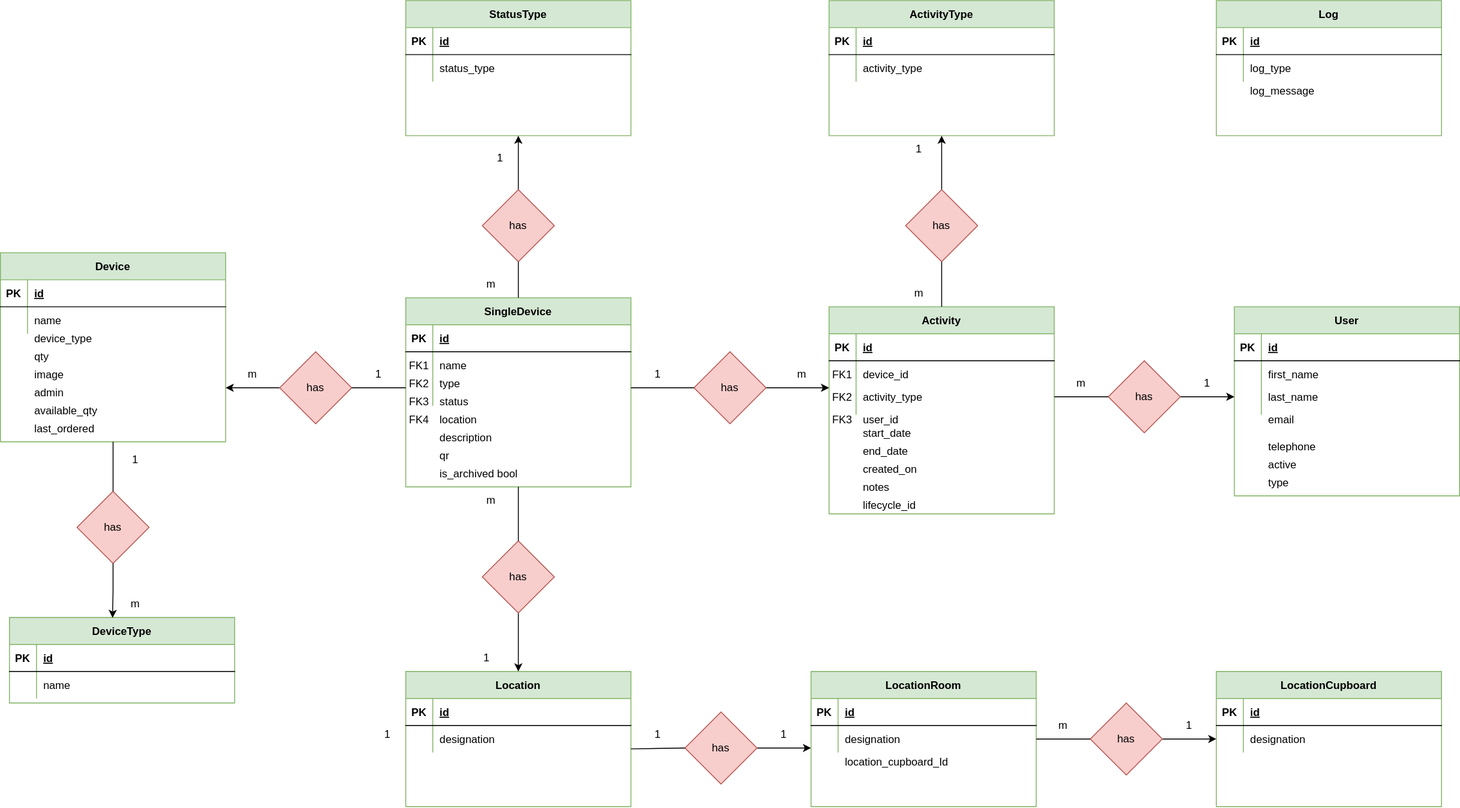
Before: Lagerstyringsprojekt/lagerstyring_db_erd.drawio.svg, a diagram exported from draw.io (rgammelby/H3). Source tidied: cells renumbered, new cells last; positions are measured from the earlier drawing's top-left corner, leaving out a move shared by most shapes.
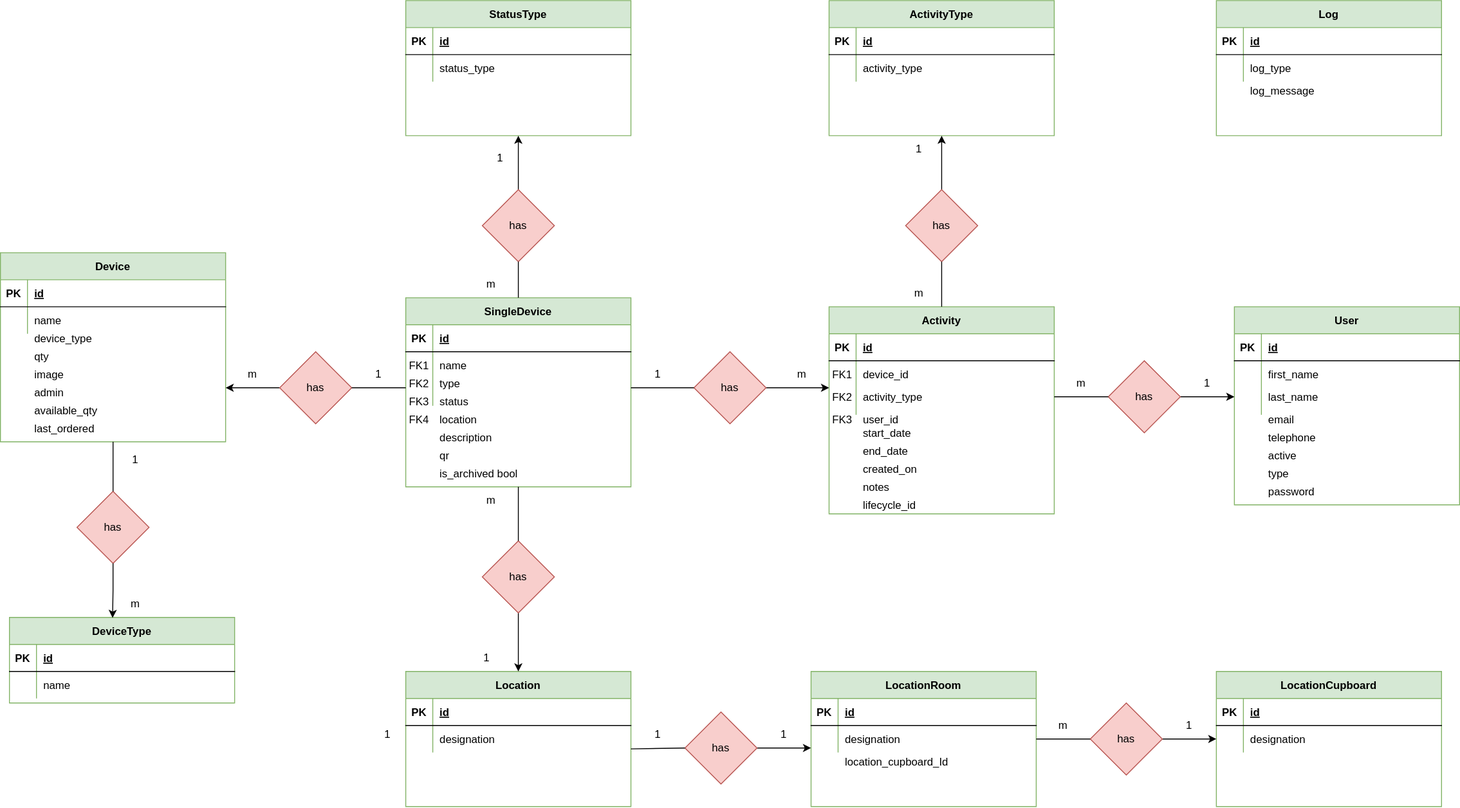
After the change.

Commit message:
USERS HAVE PASSWORDS

Change to the diagram source:
```diff
@@ -189,7 +189,7 @@
       <mxGeometry x="30" width="220" height="30" as="geometry" />
     </mxCell>
     <mxCell id="64" value="User" style="shape=table;startSize=30;rowLines=0;fontStyle=1;align=center;fillColor=#d5e8d4;strokeColor=#82b366;" parent="1" vertex="1">
-      <mxGeometry x="1370" y="340" width="250" height="210" as="geometry" />
+      <mxGeometry x="1370" y="340" width="250" height="220" as="geometry" />
     </mxCell>
     <mxCell id="65" style="shape=partialRectangle;fillColor=none;top=0;left=0;right=0;bottom=1;" parent="64" vertex="1">
       <mxGeometry y="30" width="250" height="30" as="geometry" />
@@ -225,13 +225,13 @@
       <mxGeometry x="1400" y="450" width="220" height="30" as="geometry" />
     </mxCell>
     <mxCell id="76" value="telephone" style="shape=partialRectangle;overflow=hidden;fillColor=none;top=0;left=0;bottom=0;right=0;align=left;spacingLeft=6;" parent="1" vertex="1">
-      <mxGeometry x="1400" y="480" width="220" height="30" as="geometry" />
+      <mxGeometry x="1400" y="470" width="220" height="30" as="geometry" />
     </mxCell>
     <mxCell id="77" value="active" style="shape=partialRectangle;overflow=hidden;fillColor=none;top=0;left=0;bottom=0;right=0;align=left;spacingLeft=6;" parent="1" vertex="1">
-      <mxGeometry x="1400" y="500" width="220" height="30" as="geometry" />
+      <mxGeometry x="1400" y="490" width="220" height="30" as="geometry" />
     </mxCell>
     <mxCell id="78" value="type" style="shape=partialRectangle;overflow=hidden;fillColor=none;top=0;left=0;bottom=0;right=0;align=left;spacingLeft=6;" parent="1" vertex="1">
-      <mxGeometry x="1400" y="520" width="220" height="30" as="geometry" />
+      <mxGeometry x="1400" y="510" width="220" height="30" as="geometry" />
     </mxCell>
     <mxCell id="79" value="Location" style="shape=table;startSize=30;rowLines=0;fontStyle=1;align=center;fillColor=#d5e8d4;strokeColor=#82b366;" parent="1" vertex="1">
       <mxGeometry x="450" y="745" width="250" height="150" as="geometry" />
@@ -528,5 +528,8 @@
     <mxCell id="167" value="last_ordered" style="shape=partialRectangle;overflow=hidden;fillColor=none;top=0;left=0;bottom=0;right=0;align=left;spacingLeft=6;" parent="1" vertex="1">
       <mxGeometry x="30" y="460" width="220" height="30" as="geometry" />
     </mxCell>
+    <mxCell id="168" value="password" style="shape=partialRectangle;overflow=hidden;fillColor=none;top=0;left=0;bottom=0;right=0;align=left;spacingLeft=6;" parent="1" vertex="1">
+      <mxGeometry x="1400" y="530" width="220" height="30" as="geometry" />
+    </mxCell>
   </root>
 </mxGraphModel>
```
